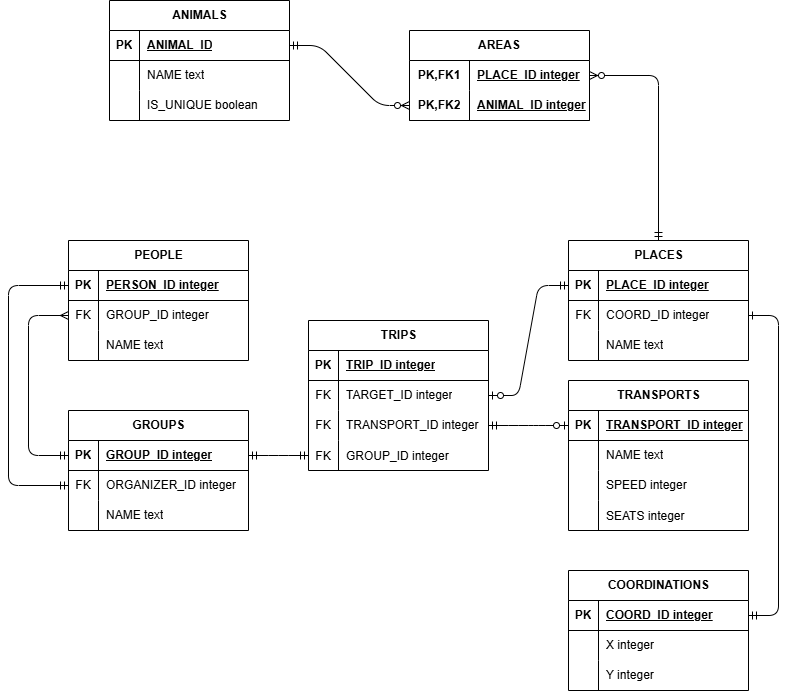
Before: lab1/DataModel.drawio.png, a diagram exported from draw.io (Xaabibas/Databases). Source tidied: cells renumbered, new cells last; positions are measured from the earlier drawing's top-left corner, leaving out a move shared by most shapes.
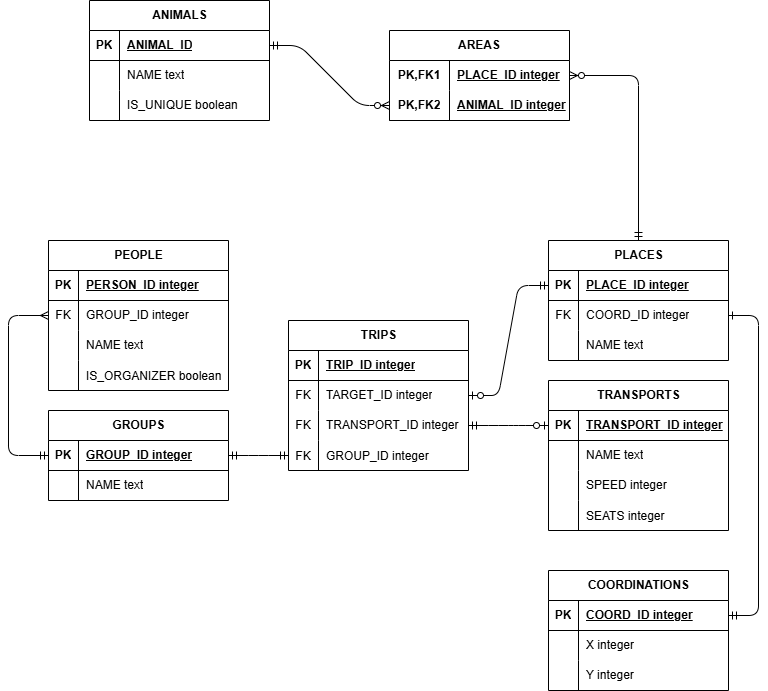
The same file after the commit.

Diff of the diagram source:
```diff
@@ -141,7 +141,7 @@
       <mxGeometry x="30" width="150" height="30" as="geometry" />
     </mxCell>
     <mxCell id="48" value="PEOPLE" style="shape=table;startSize=30;rowLines=0;fontStyle=1;align=center;html=1;" parent="1" vertex="1">
-      <mxGeometry x="60" y="240" width="180" height="120" as="geometry" />
+      <mxGeometry x="60" y="240" width="180" height="150" as="geometry" />
     </mxCell>
     <mxCell id="49" style="shape=tableRow;horizontal=0;startSize=0;swimlaneHead=0;swimlaneBody=0;fillColor=none;points=[[0,0.5],[1,0.5]];portConstraint=eastwest;top=0;left=0;right=0;bottom=1;" parent="48" vertex="1">
       <mxGeometry y="30" width="180" height="30" as="geometry" />
@@ -170,8 +170,17 @@
     <mxCell id="57" value="NAME text" style="shape=partialRectangle;fillColor=none;top=0;left=0;bottom=0;right=0;align=left;spacingLeft=6;overflow=hidden;whiteSpace=wrap;html=1;" parent="55" vertex="1">
       <mxGeometry x="30" width="150" height="30" as="geometry" />
     </mxCell>
+    <mxCell id="93" style="shape=tableRow;horizontal=0;startSize=0;swimlaneHead=0;swimlaneBody=0;fillColor=none;top=0;left=0;right=0;bottom=0;" parent="48" vertex="1">
+      <mxGeometry y="120" width="180" height="30" as="geometry" />
+    </mxCell>
+    <mxCell id="94" style="shape=partialRectangle;fillColor=none;top=0;left=0;bottom=0;right=0;overflow=hidden;" parent="93" vertex="1">
+      <mxGeometry width="30" height="30" as="geometry" />
+    </mxCell>
+    <mxCell id="95" value="IS_ORGANIZER boolean" style="shape=partialRectangle;fillColor=none;top=0;left=0;bottom=0;right=0;align=left;spacingLeft=6;overflow=hidden;" parent="93" vertex="1">
+      <mxGeometry x="30" width="150" height="30" as="geometry" />
+    </mxCell>
     <mxCell id="58" value="GROUPS" style="shape=table;startSize=30;rowLines=0;fontStyle=1;align=center;html=1;" parent="1" vertex="1">
-      <mxGeometry x="60" y="410" width="180" height="120" as="geometry" />
+      <mxGeometry x="60" y="410" width="180" height="90" as="geometry" />
     </mxCell>
     <mxCell id="59" style="shape=tableRow;horizontal=0;startSize=0;swimlaneHead=0;swimlaneBody=0;fillColor=none;points=[[0,0.5],[1,0.5]];portConstraint=eastwest;top=0;left=0;right=0;bottom=1;" parent="58" vertex="1">
       <mxGeometry y="30" width="180" height="30" as="geometry" />
@@ -182,17 +191,8 @@
     <mxCell id="61" value="GROUP_ID integer" style="shape=partialRectangle;fillColor=none;top=0;left=0;bottom=0;right=0;align=left;spacingLeft=6;fontStyle=5;overflow=hidden;whiteSpace=wrap;html=1;" parent="59" vertex="1">
       <mxGeometry x="30" width="150" height="30" as="geometry" />
     </mxCell>
-    <mxCell id="62" style="shape=tableRow;horizontal=0;startSize=0;swimlaneHead=0;swimlaneBody=0;fillColor=none;points=[[0,0.5],[1,0.5]];portConstraint=eastwest;top=0;left=0;right=0;bottom=0;" parent="58" vertex="1">
-      <mxGeometry y="60" width="180" height="30" as="geometry" />
-    </mxCell>
-    <mxCell id="63" value="FK" style="shape=partialRectangle;fillColor=none;top=0;left=0;bottom=0;right=0;fontStyle=0;overflow=hidden;whiteSpace=wrap;html=1;" parent="62" vertex="1">
-      <mxGeometry width="30" height="30" as="geometry" />
-    </mxCell>
-    <mxCell id="64" value="ORGANIZER_ID integer" style="shape=partialRectangle;fillColor=none;top=0;left=0;bottom=0;right=0;align=left;spacingLeft=6;fontStyle=0;overflow=hidden;whiteSpace=wrap;html=1;" parent="62" vertex="1">
-      <mxGeometry x="30" width="150" height="30" as="geometry" />
-    </mxCell>
     <mxCell id="65" style="shape=tableRow;horizontal=0;startSize=0;swimlaneHead=0;swimlaneBody=0;fillColor=none;top=0;left=0;right=0;bottom=0;" parent="58" vertex="1">
-      <mxGeometry y="90" width="180" height="30" as="geometry" />
+      <mxGeometry y="60" width="180" height="30" as="geometry" />
     </mxCell>
     <mxCell id="66" style="shape=partialRectangle;fillColor=none;top=0;left=0;bottom=0;right=0;overflow=hidden;whiteSpace=wrap;html=1;" parent="65" vertex="1">
       <mxGeometry width="30" height="30" as="geometry" />
@@ -276,12 +276,5 @@
         </Array>
       </mxGeometry>
     </mxCell>
-    <mxCell id="92" style="edgeStyle=elbowEdgeStyle;fontSize=12;html=1;endArrow=ERmandOne;startArrow=ERmandOne;rounded=1;entryX=0;entryY=0.5;entryDx=0;entryDy=0;exitX=0;exitY=0.5;exitDx=0;exitDy=0;curved=0;endFill=0;" parent="1" edge="1" source="62" target="49">
-      <mxGeometry relative="1" as="geometry">
-        <Array as="points">
-          <mxPoint y="390" />
-        </Array>
-      </mxGeometry>
-    </mxCell>
   </root>
 </mxGraphModel>
```
